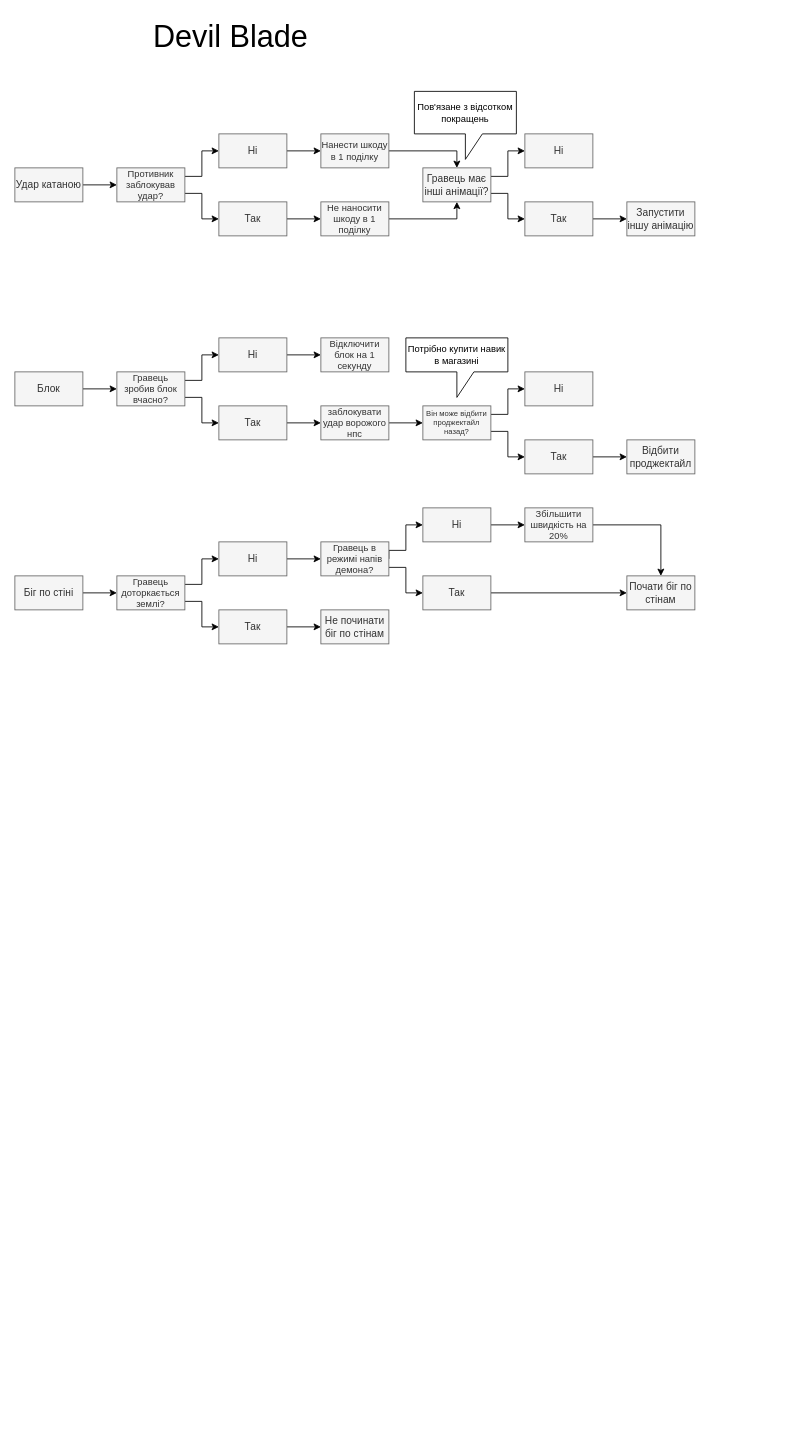
Endi00710/Devil_Blade_Documents keeps this draw.io diagram as Documents/Devil_Blade_GDD.drawio. Above is the earlier version. Source tidied: cells renumbered, new cells numbered last; positions are measured from the earlier drawing's top-left corner, leaving out a move shared by most shapes. Both pictures are drawn from the tidied source at 85%, with x=0, y=0 at pixel (14, 14).
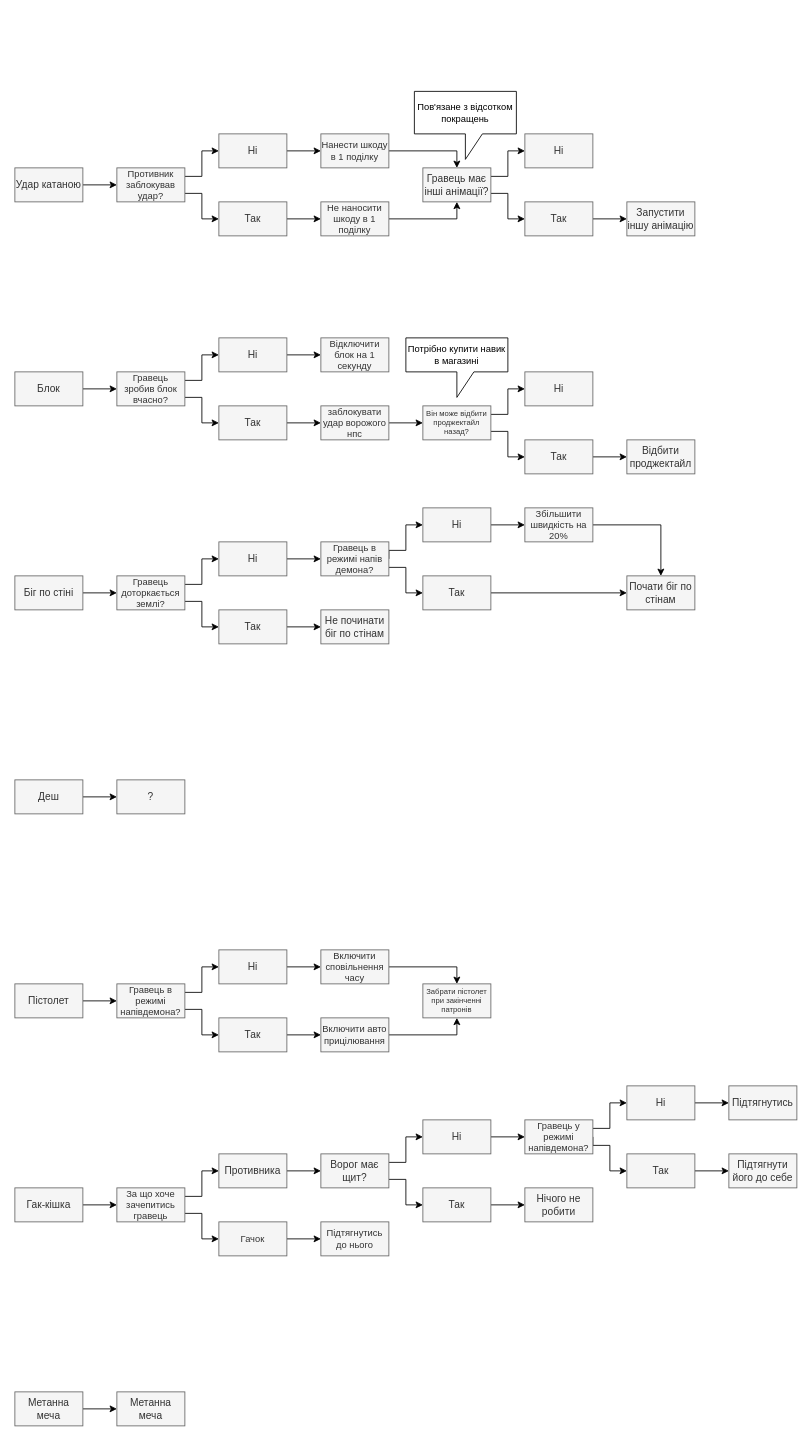
The same page after the edit.

The edit, as a diff of the source:
```diff
@@
-    <mxCell id="2" value="Devil Blade" style="text;html=1;align=center;verticalAlign=middle;whiteSpace=wrap;rounded=0;fontFamily=Helvetica;fontSize=36;" parent="1" vertex="1">
-      <mxGeometry x="157" width="194" height="50" as="geometry" />
-    </mxCell>
@@
+    <mxCell id="64" style="edgeStyle=orthogonalEdgeStyle;rounded=0;jettySize=auto;html=1;exitX=1;exitY=0.5;exitDx=0;exitDy=0;" parent="1" edge="1" source="65" target="66">
+      <mxGeometry relative="1" as="geometry" />
+    </mxCell>
+    <mxCell id="65" value="Деш" style="text;html=1;strokeColor=#666666;fillColor=#f5f5f5;align=center;verticalAlign=middle;whiteSpace=wrap;rounded=0;fontColor=#333333;" parent="1" vertex="1">
+      <mxGeometry y="900" width="80" height="40" as="geometry" />
+    </mxCell>
+    <mxCell id="66" value="?" style="text;html=1;strokeColor=#666666;fillColor=#f5f5f5;align=center;verticalAlign=middle;whiteSpace=wrap;rounded=0;fontColor=#333333;" parent="1" vertex="1">
+      <mxGeometry x="120" y="900" width="80" height="40" as="geometry" />
+    </mxCell>
+    <mxCell id="67" style="edgeStyle=orthogonalEdgeStyle;rounded=0;jettySize=auto;html=1;exitX=1;exitY=0.5;exitDx=0;exitDy=0;" parent="1" edge="1" source="68" target="71">
+      <mxGeometry relative="1" as="geometry" />
+    </mxCell>
+    <mxCell id="68" value="Пістолет" style="text;html=1;strokeColor=#666666;fillColor=#f5f5f5;align=center;verticalAlign=middle;whiteSpace=wrap;rounded=0;fontColor=#333333;" parent="1" vertex="1">
+      <mxGeometry y="1140" width="80" height="40" as="geometry" />
+    </mxCell>
+    <mxCell id="69" style="edgeStyle=orthogonalEdgeStyle;rounded=0;jettySize=auto;html=1;exitX=1;exitY=0.25;exitDx=0;exitDy=0;fontSize=11;" parent="1" edge="1" source="71" target="73">
+      <mxGeometry relative="1" as="geometry" />
+    </mxCell>
+    <mxCell id="70" style="edgeStyle=orthogonalEdgeStyle;rounded=0;jettySize=auto;html=1;exitX=1;exitY=0.75;exitDx=0;exitDy=0;fontSize=11;" parent="1" edge="1" source="71" target="75">
+      <mxGeometry relative="1" as="geometry" />
+    </mxCell>
+    <mxCell id="71" value="Гравець в режимі напівдемона?" style="text;html=1;strokeColor=#666666;fillColor=#f5f5f5;align=center;verticalAlign=middle;whiteSpace=wrap;rounded=0;fontColor=#333333;fontSize=11;" parent="1" vertex="1">
+      <mxGeometry x="120" y="1140" width="80" height="40" as="geometry" />
+    </mxCell>
+    <mxCell id="72" style="edgeStyle=orthogonalEdgeStyle;rounded=0;jettySize=auto;html=1;exitX=1;exitY=0.5;exitDx=0;exitDy=0;fontSize=11;" parent="1" edge="1" source="73" target="79">
+      <mxGeometry relative="1" as="geometry" />
+    </mxCell>
+    <mxCell id="73" value="Ні" style="text;html=1;strokeColor=#666666;fillColor=#f5f5f5;align=center;verticalAlign=middle;whiteSpace=wrap;rounded=0;fontColor=#333333;fontSize=12;" parent="1" vertex="1">
+      <mxGeometry x="240" y="1100" width="80" height="40" as="geometry" />
+    </mxCell>
+    <mxCell id="74" style="edgeStyle=orthogonalEdgeStyle;rounded=0;jettySize=auto;html=1;exitX=1;exitY=0.5;exitDx=0;exitDy=0;fontSize=11;" parent="1" edge="1" source="75" target="77">
+      <mxGeometry relative="1" as="geometry" />
+    </mxCell>
+    <mxCell id="75" value="Так" style="text;html=1;strokeColor=#666666;fillColor=#f5f5f5;align=center;verticalAlign=middle;whiteSpace=wrap;rounded=0;fontColor=#333333;fontSize=12;" parent="1" vertex="1">
+      <mxGeometry x="240" y="1180" width="80" height="40" as="geometry" />
+    </mxCell>
+    <mxCell id="76" style="edgeStyle=orthogonalEdgeStyle;rounded=0;jettySize=auto;html=1;exitX=1;exitY=0.5;exitDx=0;exitDy=0;entryX=0.5;entryY=1;entryDx=0;entryDy=0;fontSize=12;" parent="1" edge="1" source="77" target="80">
+      <mxGeometry relative="1" as="geometry" />
+    </mxCell>
+    <mxCell id="77" value="Включити авто прицілювання" style="text;html=1;strokeColor=#666666;fillColor=#f5f5f5;align=center;verticalAlign=middle;whiteSpace=wrap;rounded=0;fontColor=#333333;fontSize=11;" parent="1" vertex="1">
+      <mxGeometry x="360" y="1180" width="80" height="40" as="geometry" />
+    </mxCell>
+    <mxCell id="78" style="edgeStyle=orthogonalEdgeStyle;rounded=0;jettySize=auto;html=1;exitX=1;exitY=0.5;exitDx=0;exitDy=0;fontSize=12;" parent="1" edge="1" source="79" target="80">
+      <mxGeometry relative="1" as="geometry">
+        <Array as="points">
+          <mxPoint x="520" y="1120" />
+        </Array>
+      </mxGeometry>
+    </mxCell>
+    <mxCell id="79" value="Включити сповільнення часу" style="text;html=1;strokeColor=#666666;fillColor=#f5f5f5;align=center;verticalAlign=middle;whiteSpace=wrap;rounded=0;fontColor=#333333;fontSize=11;" parent="1" vertex="1">
+      <mxGeometry x="360" y="1100" width="80" height="40" as="geometry" />
+    </mxCell>
+    <mxCell id="80" value="Забрати пістолет при закінченні патронів" style="text;html=1;strokeColor=#666666;fillColor=#f5f5f5;align=center;verticalAlign=middle;whiteSpace=wrap;rounded=0;fontColor=#333333;fontSize=9;" parent="1" vertex="1">
+      <mxGeometry x="480" y="1140" width="80" height="40" as="geometry" />
+    </mxCell>
+    <mxCell id="81" style="edgeStyle=orthogonalEdgeStyle;rounded=0;jettySize=auto;html=1;exitX=1;exitY=0.5;exitDx=0;exitDy=0;fontSize=9;" parent="1" edge="1" source="82" target="85">
+      <mxGeometry relative="1" as="geometry" />
+    </mxCell>
+    <mxCell id="82" value="Гак-кішка" style="text;html=1;strokeColor=#666666;fillColor=#f5f5f5;align=center;verticalAlign=middle;whiteSpace=wrap;rounded=0;fontColor=#333333;" parent="1" vertex="1">
+      <mxGeometry y="1380" width="80" height="40" as="geometry" />
+    </mxCell>
+    <mxCell id="83" style="edgeStyle=orthogonalEdgeStyle;rounded=0;jettySize=auto;html=1;exitX=1;exitY=0.25;exitDx=0;exitDy=0;fontSize=11;" parent="1" edge="1" source="85" target="87">
+      <mxGeometry relative="1" as="geometry" />
+    </mxCell>
+    <mxCell id="84" style="edgeStyle=orthogonalEdgeStyle;rounded=0;jettySize=auto;html=1;exitX=1;exitY=0.75;exitDx=0;exitDy=0;fontSize=12;" parent="1" edge="1" source="85" target="89">
+      <mxGeometry relative="1" as="geometry" />
+    </mxCell>
+    <mxCell id="85" value="За що хоче зачепитись гравець" style="text;html=1;strokeColor=#666666;fillColor=#f5f5f5;align=center;verticalAlign=middle;whiteSpace=wrap;rounded=0;fontColor=#333333;fontSize=11;" parent="1" vertex="1">
+      <mxGeometry x="120" y="1380" width="80" height="40" as="geometry" />
+    </mxCell>
+    <mxCell id="86" style="edgeStyle=orthogonalEdgeStyle;rounded=0;jettySize=auto;html=1;exitX=1;exitY=0.5;exitDx=0;exitDy=0;entryX=0;entryY=0.5;entryDx=0;entryDy=0;fontSize=12;" parent="1" edge="1" source="87" target="102">
+      <mxGeometry relative="1" as="geometry" />
+    </mxCell>
+    <mxCell id="87" value="Противника" style="text;html=1;strokeColor=#666666;fillColor=#f5f5f5;align=center;verticalAlign=middle;whiteSpace=wrap;rounded=0;fontColor=#333333;fontSize=12;" parent="1" vertex="1">
+      <mxGeometry x="240" y="1340" width="80" height="40" as="geometry" />
+    </mxCell>
+    <mxCell id="88" style="edgeStyle=orthogonalEdgeStyle;rounded=0;jettySize=auto;html=1;exitX=1;exitY=0.5;exitDx=0;exitDy=0;fontSize=12;" parent="1" edge="1" source="89" target="90">
+      <mxGeometry relative="1" as="geometry" />
+    </mxCell>
+    <mxCell id="89" value="Гачок" style="text;html=1;strokeColor=#666666;fillColor=#f5f5f5;align=center;verticalAlign=middle;whiteSpace=wrap;rounded=0;fontColor=#333333;fontSize=11;" parent="1" vertex="1">
+      <mxGeometry x="240" y="1420" width="80" height="40" as="geometry" />
+    </mxCell>
+    <mxCell id="90" value="Підтягнутись до нього" style="text;html=1;strokeColor=#666666;fillColor=#f5f5f5;align=center;verticalAlign=middle;whiteSpace=wrap;rounded=0;fontColor=#333333;fontSize=11;" parent="1" vertex="1">
+      <mxGeometry x="360" y="1420" width="80" height="40" as="geometry" />
+    </mxCell>
+    <mxCell id="91" style="edgeStyle=orthogonalEdgeStyle;rounded=0;jettySize=auto;html=1;exitX=1;exitY=0.5;exitDx=0;exitDy=0;fontSize=11;" parent="1" edge="1" source="93" target="95">
+      <mxGeometry relative="1" as="geometry">
+        <Array as="points">
+          <mxPoint x="680" y="1330" />
+          <mxPoint x="700" y="1330" />
+          <mxPoint x="700" y="1360" />
+        </Array>
+      </mxGeometry>
+    </mxCell>
+    <mxCell id="92" style="edgeStyle=orthogonalEdgeStyle;rounded=0;jettySize=auto;html=1;exitX=1;exitY=0.25;exitDx=0;exitDy=0;fontSize=12;" parent="1" edge="1" source="93" target="97">
+      <mxGeometry relative="1" as="geometry" />
+    </mxCell>
+    <mxCell id="93" value="Гравець у режимі напівдемона?" style="text;html=1;strokeColor=#666666;fillColor=#f5f5f5;align=center;verticalAlign=middle;whiteSpace=wrap;rounded=0;fontColor=#333333;fontSize=11;" parent="1" vertex="1">
+      <mxGeometry x="600" y="1300" width="80" height="40" as="geometry" />
+    </mxCell>
+    <mxCell id="94" style="edgeStyle=orthogonalEdgeStyle;rounded=0;jettySize=auto;html=1;exitX=1;exitY=0.5;exitDx=0;exitDy=0;fontSize=12;" parent="1" edge="1" source="95" target="98">
+      <mxGeometry relative="1" as="geometry" />
+    </mxCell>
+    <mxCell id="95" value="Так" style="text;html=1;strokeColor=#666666;fillColor=#f5f5f5;align=center;verticalAlign=middle;whiteSpace=wrap;rounded=0;fontColor=#333333;fontSize=12;" parent="1" vertex="1">
+      <mxGeometry x="720" y="1340" width="80" height="40" as="geometry" />
+    </mxCell>
+    <mxCell id="96" style="edgeStyle=orthogonalEdgeStyle;rounded=0;jettySize=auto;html=1;exitX=1;exitY=0.5;exitDx=0;exitDy=0;fontSize=12;" parent="1" edge="1" source="97" target="99">
+      <mxGeometry relative="1" as="geometry" />
+    </mxCell>
+    <mxCell id="97" value="Ні" style="text;html=1;strokeColor=#666666;fillColor=#f5f5f5;align=center;verticalAlign=middle;whiteSpace=wrap;rounded=0;fontColor=#333333;fontSize=12;" parent="1" vertex="1">
+      <mxGeometry x="720" y="1260" width="80" height="40" as="geometry" />
+    </mxCell>
+    <mxCell id="98" value="Підтягнути його до себе" style="text;html=1;strokeColor=#666666;fillColor=#f5f5f5;align=center;verticalAlign=middle;whiteSpace=wrap;rounded=0;fontColor=#333333;fontSize=12;" parent="1" vertex="1">
+      <mxGeometry x="840" y="1340" width="80" height="40" as="geometry" />
+    </mxCell>
+    <mxCell id="99" value="Підтягнутись" style="text;html=1;strokeColor=#666666;fillColor=#f5f5f5;align=center;verticalAlign=middle;whiteSpace=wrap;rounded=0;fontColor=#333333;fontSize=12;" parent="1" vertex="1">
+      <mxGeometry x="840" y="1260" width="80" height="40" as="geometry" />
+    </mxCell>
+    <mxCell id="100" style="edgeStyle=orthogonalEdgeStyle;rounded=0;jettySize=auto;html=1;exitX=1;exitY=0.25;exitDx=0;exitDy=0;fontSize=12;" parent="1" edge="1" source="102" target="104">
+      <mxGeometry relative="1" as="geometry" />
+    </mxCell>
+    <mxCell id="101" style="edgeStyle=orthogonalEdgeStyle;rounded=0;jettySize=auto;html=1;exitX=1;exitY=0.75;exitDx=0;exitDy=0;fontSize=12;" parent="1" edge="1" source="102" target="106">
+      <mxGeometry relative="1" as="geometry" />
+    </mxCell>
+    <mxCell id="102" value="Ворог має щит?" style="text;html=1;strokeColor=#666666;fillColor=#f5f5f5;align=center;verticalAlign=middle;whiteSpace=wrap;rounded=0;fontColor=#333333;fontSize=12;" parent="1" vertex="1">
+      <mxGeometry x="360" y="1340" width="80" height="40" as="geometry" />
+    </mxCell>
+    <mxCell id="103" style="edgeStyle=orthogonalEdgeStyle;rounded=0;jettySize=auto;html=1;exitX=1;exitY=0.5;exitDx=0;exitDy=0;entryX=0;entryY=0.5;entryDx=0;entryDy=0;fontSize=12;" parent="1" edge="1" source="104" target="93">
+      <mxGeometry relative="1" as="geometry" />
+    </mxCell>
+    <mxCell id="104" value="Ні" style="text;html=1;strokeColor=#666666;fillColor=#f5f5f5;align=center;verticalAlign=middle;whiteSpace=wrap;rounded=0;fontColor=#333333;fontSize=12;" parent="1" vertex="1">
+      <mxGeometry x="480" y="1300" width="80" height="40" as="geometry" />
+    </mxCell>
+    <mxCell id="105" style="edgeStyle=orthogonalEdgeStyle;rounded=0;jettySize=auto;html=1;exitX=1;exitY=0.5;exitDx=0;exitDy=0;fontSize=12;" parent="1" edge="1" source="106" target="107">
+      <mxGeometry relative="1" as="geometry" />
+    </mxCell>
+    <mxCell id="106" value="Так" style="text;html=1;strokeColor=#666666;fillColor=#f5f5f5;align=center;verticalAlign=middle;whiteSpace=wrap;rounded=0;fontColor=#333333;fontSize=12;" parent="1" vertex="1">
+      <mxGeometry x="480" y="1380" width="80" height="40" as="geometry" />
+    </mxCell>
+    <mxCell id="107" value="Нічого не робити" style="text;html=1;strokeColor=#666666;fillColor=#f5f5f5;align=center;verticalAlign=middle;whiteSpace=wrap;rounded=0;fontColor=#333333;fontSize=12;" parent="1" vertex="1">
+      <mxGeometry x="600" y="1380" width="80" height="40" as="geometry" />
+    </mxCell>
+    <mxCell id="108" style="edgeStyle=orthogonalEdgeStyle;rounded=0;jettySize=auto;html=1;exitX=1;exitY=0.5;exitDx=0;exitDy=0;fontSize=12;" parent="1" edge="1" source="109" target="110">
+      <mxGeometry relative="1" as="geometry" />
+    </mxCell>
+    <mxCell id="109" value="Метанна меча" style="text;html=1;strokeColor=#666666;fillColor=#f5f5f5;align=center;verticalAlign=middle;whiteSpace=wrap;rounded=0;fontColor=#333333;" parent="1" vertex="1">
+      <mxGeometry y="1620" width="80" height="40" as="geometry" />
+    </mxCell>
+    <mxCell id="110" value="Метанна меча" style="text;html=1;strokeColor=#666666;fillColor=#f5f5f5;align=center;verticalAlign=middle;whiteSpace=wrap;rounded=0;fontColor=#333333;fontSize=12;" parent="1" vertex="1">
+      <mxGeometry x="120" y="1620" width="80" height="40" as="geometry" />
+    </mxCell>
```
